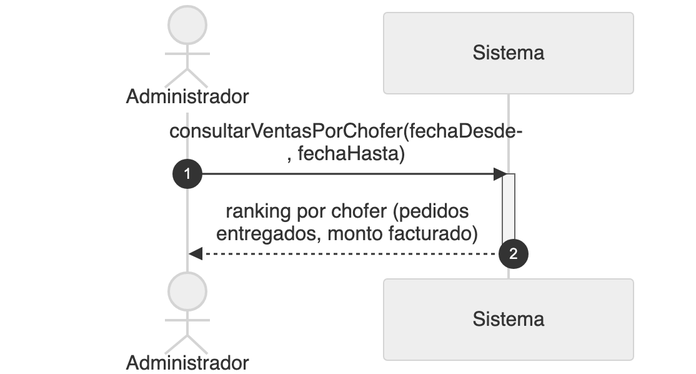
Before: diagramas/png/DSS_CU-027_Ver-Reporte-De-Ventas-Por-Chofer.png, a diagram exported from Mermaid (Nahuelito-Dev/splg-docs). Its source is kept beside it as diagramas/DSS_CU-027_Ver-Reporte-De-Ventas-Por-Chofer.mmd. Its diagram source:
```mermaid
sequenceDiagram
    title DSS — CU-027 Ver Reporte De Ventas Por Chofer
    autonumber
    actor ADM as Administrador
    participant SIS as Sistema

    ADM->>SIS: consultarVentasPorChofer(fechaDesde, fechaHasta)
    activate SIS
    SIS-->>ADM: ranking por chofer (pedidos entregados, monto facturado)
    deactivate SIS
```
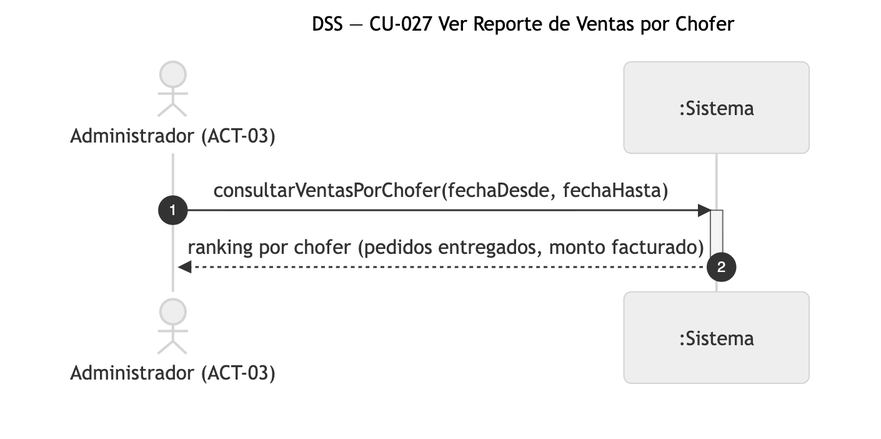
After the commit.

Change to the diagram source:
```diff
@@ -1,8 +1,8 @@
 sequenceDiagram
-    title DSS — CU-027 Ver Reporte De Ventas Por Chofer
+    title DSS — CU-027 Ver Reporte de Ventas por Chofer
     autonumber
-    actor ADM as Administrador
-    participant SIS as Sistema
+    actor ADM as Administrador (ACT-03)
+    participant SIS as :Sistema
 
     ADM->>SIS: consultarVentasPorChofer(fechaDesde, fechaHasta)
     activate SIS
```
